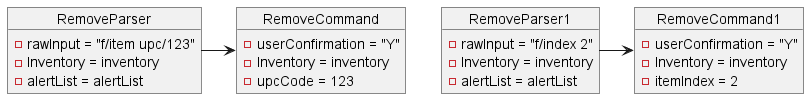
This is docs/UML/Remove/RemoveStep3.png from nus-cs2113-AY2223S2/tp, a PlantUML export, as it was before one commit.
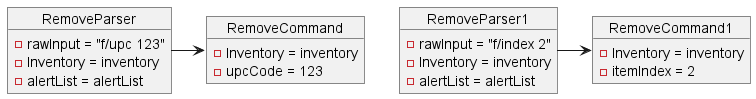
Above is the later version.

Change to the diagram source:
```diff
@@ -2,7 +2,7 @@
 
 
 object RemoveParser{
-    - rawInput = "f/item upc/123"
+    - rawInput = "f/upc 123"
     - Inventory = inventory
     - alertList = alertList
 }
@@ -14,13 +14,11 @@
 }
 
 object RemoveCommand{
-    - userConfirmation = "Y"
     - Inventory = inventory
     - upcCode = 123
 }
 
 object RemoveCommand1{
-    - userConfirmation = "Y"
     - Inventory = inventory
     - itemIndex = 2
 }
```
